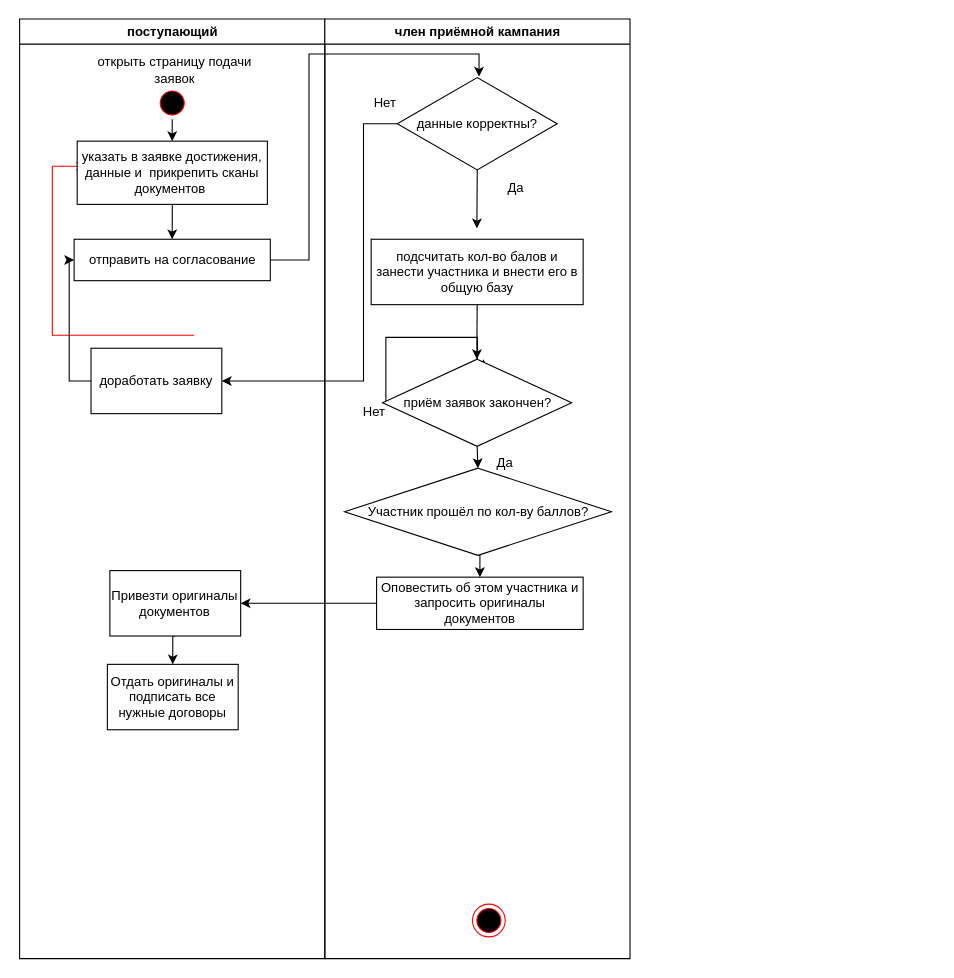
Before: Диаграмма без названия.drawio in aaalllexxx/botigor, a draw.io diagram. Source tidied: cells renumbered, new cells numbered last; positions are measured from the earlier drawing's top-left corner, leaving out a move shared by most shapes. Both pictures are drawn from the tidied source at 109%, with x=0, y=0 at pixel (19, 19).
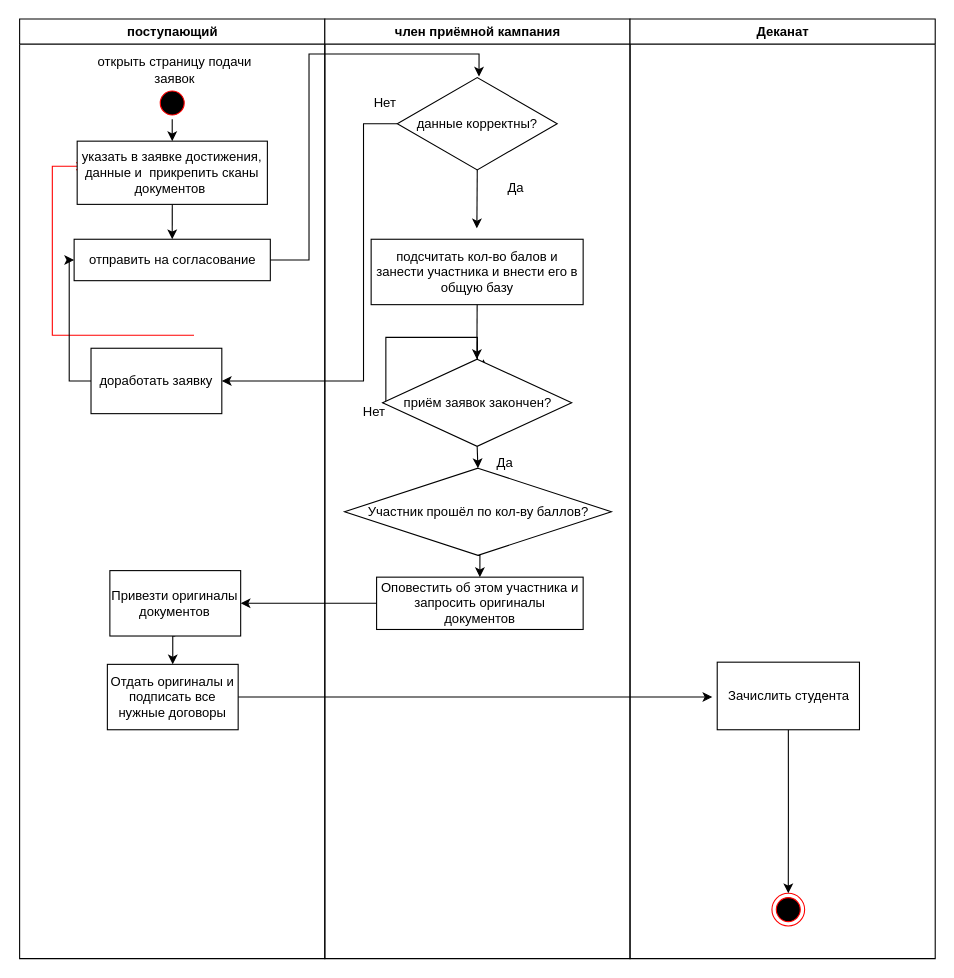
The same page after the edit.

The change refers to these unchanged cells:
```xml
<mxCell id="2" value="поступающий" style="swimlane;whiteSpace=wrap;" parent="1" vertex="1">
  <mxGeometry x="0.5" width="280" height="862" as="geometry" />
</mxCell>
<mxCell id="14" value="Отдать оригиналы и подписать все нужные договоры" style="rounded=0;whiteSpace=wrap;html=1;" parent="2" vertex="1">
  <mxGeometry x="80.5" y="592" width="120" height="60" as="geometry" />
</mxCell>
<mxCell id="15" value="член приёмной кампания" style="swimlane;whiteSpace=wrap;startSize=23;" parent="1" vertex="1">
  <mxGeometry x="280.5" width="280" height="862" as="geometry" />
</mxCell>
```

What changed in the source:
```diff
@@
+    <mxCell id="34" style="edgeStyle=orthogonalEdgeStyle;rounded=0;jettySize=auto;html=1;exitX=1;exitY=0.5;exitDx=0;exitDy=0;" parent="2" edge="1" source="14">
+      <mxGeometry relative="1" as="geometry">
+        <mxPoint x="635.5" y="622" as="targetPoint" />
+      </mxGeometry>
+    </mxCell>
@@
-    <mxCell id="16" style="ellipse;shape=endState;fillColor=#000000;strokeColor=#ff0000;" parent="15" vertex="1">
-      <mxGeometry x="135.5" y="812" width="30" height="30" as="geometry" />
-    </mxCell>
@@
+    <mxCell id="35" value="Деканат" style="swimlane;whiteSpace=wrap;startSize=23;" parent="1" vertex="1">
+      <mxGeometry x="560.5" width="280" height="862" as="geometry" />
+    </mxCell>
+    <mxCell id="36" style="ellipse;shape=endState;fillColor=#000000;strokeColor=#ff0000;" parent="35" vertex="1">
+      <mxGeometry x="130.2" y="802" width="30" height="30" as="geometry" />
+    </mxCell>
+    <mxCell id="37" style="edgeStyle=orthogonalEdgeStyle;rounded=0;jettySize=auto;html=1;exitX=0.5;exitY=1;exitDx=0;exitDy=0;" parent="35" edge="1" source="38" target="36">
+      <mxGeometry relative="1" as="geometry" />
+    </mxCell>
+    <mxCell id="38" value="Зачислить студента" style="rounded=0;whiteSpace=wrap;html=1;" parent="35" vertex="1">
+      <mxGeometry x="80" y="590" width="130.5" height="62" as="geometry" />
+    </mxCell>
```
